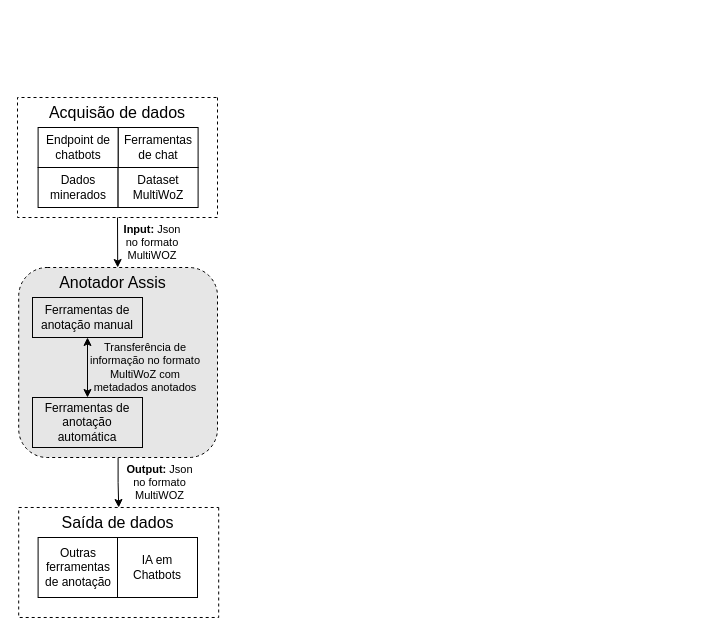
Before: Paper/Diagrams/methodology_many_tools.drawio in Ze-Carioca-Team/Anotador, a draw.io diagram. Source tidied: cells renumbered, new cells numbered last; positions are measured from the earlier drawing's top-left corner, leaving out a move shared by most shapes. Both pictures are drawn from the tidied source at 100%, with x=0, y=0 at pixel (17, 97).
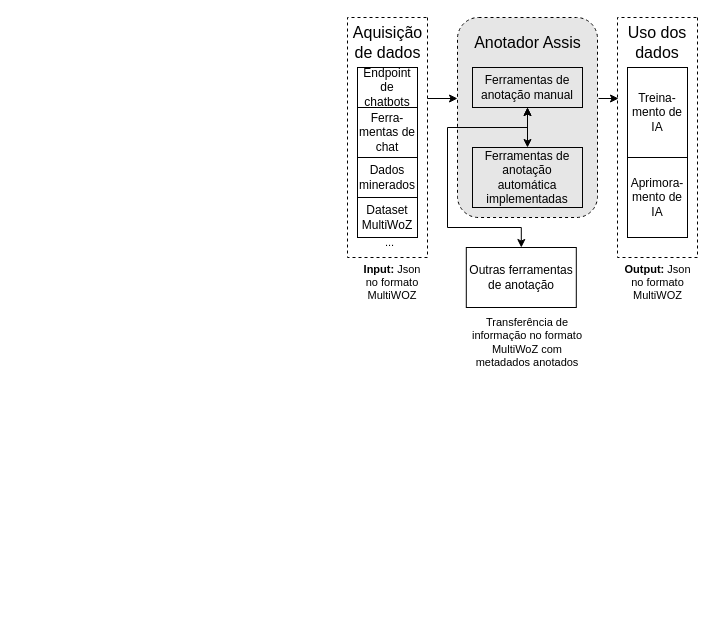
The same page after the edit.

Change to the diagram source:
```diff
@@
-    <mxCell id="2" style="edgeStyle=orthogonalEdgeStyle;rounded=0;jettySize=auto;html=1;" parent="1" edge="1" source="3" target="17">
-      <mxGeometry relative="1" as="geometry" />
-    </mxCell>
     <mxCell id="3" style="rounded=1;whiteSpace=wrap;html=1;dashed=1;fillColor=#E6E6E6;" parent="1" vertex="1">
-      <mxGeometry x="1.2" y="170" width="198.8" height="190" as="geometry" />
+      <mxGeometry x="440" y="-80" width="140" height="200" as="geometry" />
     </mxCell>
     <mxCell id="4" style="rounded=1;whiteSpace=wrap;html=1;dashed=1;rotation=0;direction=south;arcSize=0;fillColor=none;" parent="1" vertex="1">
-      <mxGeometry width="200" height="120" as="geometry" />
+      <mxGeometry x="330" y="-80" width="80" height="240" as="geometry" />
     </mxCell>
-    <mxCell id="5" value="Ferramentas de chat" style="rounded=0;whiteSpace=wrap;html=1;" parent="1" vertex="1">
-      <mxGeometry x="100.6" y="30" width="80" height="40" as="geometry" />
+    <mxCell id="5" value="Ferra-mentas de chat" style="rounded=0;whiteSpace=wrap;html=1;" parent="1" vertex="1">
+      <mxGeometry x="340" y="10" width="60" height="50" as="geometry" />
     </mxCell>
     <mxCell id="6" value="Dados minerados" style="rounded=0;whiteSpace=wrap;html=1;" parent="1" vertex="1">
-      <mxGeometry x="20.6" y="70" width="80" height="40" as="geometry" />
+      <mxGeometry x="340" y="60" width="60" height="40" as="geometry" />
     </mxCell>
     <mxCell id="7" value="Endpoint de chatbots" style="rounded=0;whiteSpace=wrap;html=1;" parent="1" vertex="1">
-      <mxGeometry x="20.6" y="30" width="80" height="40" as="geometry" />
+      <mxGeometry x="340" y="-30" width="60" height="40" as="geometry" />
     </mxCell>
     <mxCell id="8" value="&lt;div&gt;Dataset MultiWoZ&lt;br&gt;&lt;/div&gt;" style="rounded=0;whiteSpace=wrap;html=1;" parent="1" vertex="1">
-      <mxGeometry x="100.6" y="70" width="80" height="40" as="geometry" />
+      <mxGeometry x="340" y="100" width="60" height="40" as="geometry" />
     </mxCell>
-    <mxCell id="9" value="Ferramentas de anotação manual" style="rounded=0;whiteSpace=wrap;html=1;fillColor=none;" parent="1" vertex="1">
-      <mxGeometry x="15" y="200" width="110" height="40" as="geometry" />
-    </mxCell>
-    <mxCell id="10" value="Acquisão de dados" style="text;html=1;strokeColor=none;fillColor=none;align=center;verticalAlign=middle;whiteSpace=wrap;rounded=0;dashed=1;fontSize=16;" parent="1" vertex="1">
-      <mxGeometry width="200" height="30" as="geometry" />
+    <mxCell id="10" value="Aquisição de dados" style="text;html=1;strokeColor=none;fillColor=none;align=center;verticalAlign=middle;whiteSpace=wrap;rounded=0;dashed=1;fontSize=16;" parent="1" vertex="1">
+      <mxGeometry x="333.8" y="-70" width="72.5" height="30" as="geometry" />
     </mxCell>
     <mxCell id="11" value="Anotador Assis" style="text;html=1;strokeColor=none;fillColor=none;align=center;verticalAlign=middle;whiteSpace=wrap;rounded=0;dashed=1;fontSize=16;" parent="1" vertex="1">
-      <mxGeometry x="33.8" y="170" width="122.5" height="30" as="geometry" />
+      <mxGeometry x="448.8" y="-70" width="122.5" height="30" as="geometry" />
     </mxCell>
-    <mxCell id="12" value="Ferramentas de anotação automática" style="rounded=0;whiteSpace=wrap;html=1;fillColor=none;" parent="1" vertex="1">
-      <mxGeometry x="15" y="300" width="110" height="50" as="geometry" />
+    <mxCell id="12" value="Ferramentas de anotação automática implementadas" style="rounded=0;whiteSpace=wrap;html=1;fillColor=none;" parent="1" vertex="1">
+      <mxGeometry x="455" y="50" width="110" height="60" as="geometry" />
     </mxCell>
-    <mxCell id="13" style="endArrow=classic;html=1;rounded=0;fontSize=16;exitX=1;exitY=0.5;exitDx=0;exitDy=0;" parent="1" edge="1" source="4" target="3">
-      <mxGeometry relative="1" as="geometry" />
-    </mxCell>
     <mxCell id="14" value="&lt;b&gt;Input:&lt;/b&gt; Json no formato MultiWOZ" style="text;html=1;strokeColor=none;fillColor=none;align=center;verticalAlign=middle;whiteSpace=wrap;rounded=0;dashed=1;fontSize=11;" parent="1" vertex="1">
-      <mxGeometry x="105" y="130" width="60" height="30" as="geometry" />
+      <mxGeometry x="345" y="170" width="60" height="30" as="geometry" />
     </mxCell>
-    <mxCell id="15" style="endArrow=classic;startArrow=classic;html=1;rounded=0;fontSize=11;entryX=0.5;entryY=1;entryDx=0;entryDy=0;" parent="1" edge="1" source="12" target="9">
-      <mxGeometry relative="1" as="geometry" />
-    </mxCell>
     <mxCell id="16" value="Transferência de informação no formato MultiWoZ com metadados anotados" style="text;html=1;strokeColor=none;fillColor=none;align=center;verticalAlign=middle;whiteSpace=wrap;rounded=0;dashed=1;fontSize=11;" parent="1" vertex="1">
-      <mxGeometry x="70" y="255" width="116.2" height="30" as="geometry" />
+      <mxGeometry x="451.9" y="230" width="116.2" height="30" as="geometry" />
     </mxCell>
     <mxCell id="17" style="rounded=1;whiteSpace=wrap;html=1;dashed=1;rotation=0;direction=south;arcSize=0;fillColor=none;" parent="1" vertex="1">
-      <mxGeometry x="1.2" y="410" width="200" height="110" as="geometry" />
+      <mxGeometry x="600" y="-80" width="80" height="240" as="geometry" />
     </mxCell>
-    <mxCell id="18" value="Saída de dados" style="text;html=1;strokeColor=none;fillColor=none;align=center;verticalAlign=middle;whiteSpace=wrap;rounded=0;dashed=1;fontSize=16;" parent="1" vertex="1">
-      <mxGeometry x="38.8" y="410" width="122.5" height="30" as="geometry" />
+    <mxCell id="18" value="&lt;div&gt;Uso dos &lt;br&gt;&lt;/div&gt;&lt;div&gt;dados&lt;br&gt;&lt;/div&gt;" style="text;html=1;strokeColor=none;fillColor=none;align=center;verticalAlign=middle;whiteSpace=wrap;rounded=0;dashed=1;fontSize=16;" parent="1" vertex="1">
+      <mxGeometry x="605" y="-75" width="70" height="40" as="geometry" />
     </mxCell>
-    <mxCell id="19" value="Outras ferramentas de anotação" style="rounded=0;whiteSpace=wrap;html=1;" parent="1" vertex="1">
-      <mxGeometry x="20.6" y="440" width="80" height="60" as="geometry" />
-    </mxCell>
-    <mxCell id="20" value="IA em Chatbots" style="rounded=0;whiteSpace=wrap;html=1;" parent="1" vertex="1">
-      <mxGeometry x="100" y="440" width="80" height="60" as="geometry" />
+    <mxCell id="20" value="Treina-mento de IA" style="rounded=0;whiteSpace=wrap;html=1;" parent="1" vertex="1">
+      <mxGeometry x="610" y="-30" width="60" height="90" as="geometry" />
     </mxCell>
     <mxCell id="21" value="&lt;b&gt;Output:&lt;/b&gt; Json no formato MultiWOZ" style="text;html=1;strokeColor=none;fillColor=none;align=center;verticalAlign=middle;whiteSpace=wrap;rounded=0;dashed=1;fontSize=11;" parent="1" vertex="1">
-      <mxGeometry x="105" y="370" width="75" height="30" as="geometry" />
+      <mxGeometry x="602.5" y="170" width="75" height="30" as="geometry" />
     </mxCell>
+    <mxCell id="22" style="edgeStyle=orthogonalEdgeStyle;rounded=0;jettySize=auto;html=1;startArrow=classic;startFill=1;" parent="1" edge="1" source="9" target="12">
+      <mxGeometry relative="1" as="geometry" />
+    </mxCell>
+    <mxCell id="9" value="Ferramentas de anotação manual" style="rounded=0;whiteSpace=wrap;html=1;fillColor=none;" parent="1" vertex="1">
+      <mxGeometry x="455" y="-30" width="110" height="40" as="geometry" />
+    </mxCell>
+    <mxCell id="23" value="..." style="text;html=1;strokeColor=none;fillColor=none;align=center;verticalAlign=middle;whiteSpace=wrap;rounded=0;dashed=1;fontSize=11;" parent="1" vertex="1">
+      <mxGeometry x="345" y="130" width="55" height="30" as="geometry" />
+    </mxCell>
+    <mxCell id="24" style="edgeStyle=orthogonalEdgeStyle;rounded=0;jettySize=auto;html=1;startArrow=classic;startFill=1;entryX=0.5;entryY=1;entryDx=0;entryDy=0;" parent="1" edge="1" source="19" target="9">
+      <mxGeometry relative="1" as="geometry">
+        <Array as="points">
+          <mxPoint x="504" y="130" />
+          <mxPoint x="430" y="130" />
+          <mxPoint x="430" y="30" />
+          <mxPoint x="510" y="30" />
+        </Array>
+      </mxGeometry>
+    </mxCell>
+    <mxCell id="19" value="Outras ferramentas de anotação " style="rounded=0;whiteSpace=wrap;html=1;fillColor=none;" parent="1" vertex="1">
+      <mxGeometry x="448.8" y="150" width="110" height="60" as="geometry" />
+    </mxCell>
+    <mxCell id="25" style="endArrow=classic;html=1;rounded=0;jumpSize=7;" parent="1" edge="1">
+      <mxGeometry relative="1" as="geometry">
+        <mxPoint x="410" y="1" as="sourcePoint" />
+        <mxPoint x="440" y="1" as="targetPoint" />
+      </mxGeometry>
+    </mxCell>
+    <mxCell id="26" style="endArrow=classic;html=1;rounded=0;jumpSize=7;" parent="1" edge="1">
+      <mxGeometry relative="1" as="geometry">
+        <mxPoint x="581" y="1" as="sourcePoint" />
+        <mxPoint x="601" y="1" as="targetPoint" />
+      </mxGeometry>
+    </mxCell>
+    <mxCell id="27" value="Aprimora-&lt;br&gt;mento de&lt;br&gt;IA" style="rounded=0;whiteSpace=wrap;html=1;" parent="1" vertex="1">
+      <mxGeometry x="610" y="60" width="60" height="80" as="geometry" />
+    </mxCell>
```
